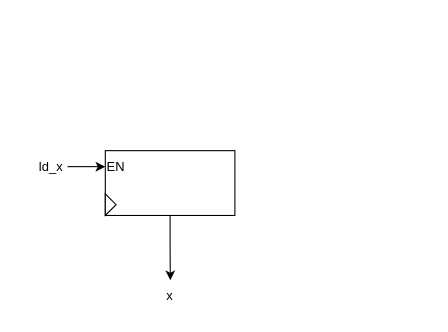
The draw.io diagram DataPath_reg_x.drawio in 0xByteRush/COE302, before the edit. Source tidied: cells renumbered, new cells numbered last; positions are measured from the earlier drawing's top-left corner, leaving out a move shared by most shapes. Both pictures are drawn from the tidied source at 108%, with x=0, y=0 at pixel (18, 150).
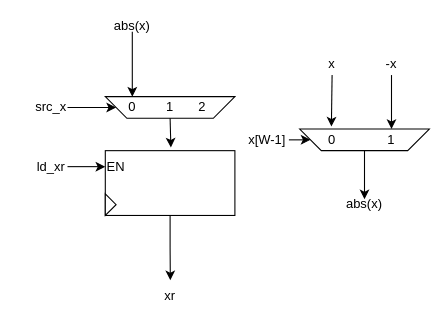
The same page after the edit.

The change refers to these unchanged cells:
```xml
<mxCell id="3" style="rounded=0;whiteSpace=wrap;html=1;" parent="1" vertex="1">
  <mxGeometry x="80" width="120" height="60" as="geometry" />
</mxCell>
```

Change to the diagram source:
```diff
@@
-    <mxCell id="5" value="x" style="text;html=1;whiteSpace=wrap;strokeColor=none;fillColor=none;align=center;verticalAlign=middle;rounded=0;" parent="1" vertex="1">
+    <mxCell id="5" value="xr" style="text;html=1;whiteSpace=wrap;strokeColor=none;fillColor=none;align=center;verticalAlign=middle;rounded=0;" parent="1" vertex="1">
       <mxGeometry x="110" y="120" width="60" height="30" as="geometry" />
     </mxCell>
@@
-    <mxCell id="7" value="ld_x" style="text;html=1;whiteSpace=wrap;strokeColor=none;fillColor=none;align=center;verticalAlign=middle;rounded=0;" parent="1" vertex="1">
+    <mxCell id="7" value="ld_xr" style="text;html=1;whiteSpace=wrap;strokeColor=none;fillColor=none;align=center;verticalAlign=middle;rounded=0;" parent="1" vertex="1">
       <mxGeometry width="60" height="30" as="geometry" />
     </mxCell>
@@
+    <mxCell id="9" style="shape=trapezoid;perimeter=trapezoidPerimeter;whiteSpace=wrap;html=1;fixedSize=1;rotation=-180;" parent="1" vertex="1">
+      <mxGeometry x="80" y="-50" width="120" height="20" as="geometry" />
+    </mxCell>
+    <mxCell id="10" style="rounded=0;jettySize=auto;html=1;exitX=0.5;exitY=0;exitDx=0;exitDy=0;entryX=0.506;entryY=-0.049;entryDx=0;entryDy=0;entryPerimeter=0;" parent="1" edge="1" source="9" target="3">
+      <mxGeometry relative="1" as="geometry" />
+    </mxCell>
+    <mxCell id="11" style="edgeStyle=orthogonalEdgeStyle;rounded=0;jettySize=auto;html=1;exitX=1;exitY=0.5;exitDx=0;exitDy=0;" parent="1" edge="1" source="12" target="9">
+      <mxGeometry relative="1" as="geometry" />
+    </mxCell>
+    <mxCell id="12" value="src_x" style="text;html=1;whiteSpace=wrap;strokeColor=none;fillColor=none;align=center;verticalAlign=middle;rounded=0;" parent="1" vertex="1">
+      <mxGeometry x="15" y="-50" width="30" height="20" as="geometry" />
+    </mxCell>
+    <mxCell id="13" value="0" style="text;html=1;whiteSpace=wrap;strokeColor=none;fillColor=none;align=center;verticalAlign=middle;rounded=0;" parent="1" vertex="1">
+      <mxGeometry x="90" y="-50" width="30" height="20" as="geometry" />
+    </mxCell>
+    <mxCell id="14" value="1" style="text;html=1;whiteSpace=wrap;strokeColor=none;fillColor=none;align=center;verticalAlign=middle;rounded=0;" parent="1" vertex="1">
+      <mxGeometry x="125" y="-50" width="30" height="20" as="geometry" />
+    </mxCell>
+    <mxCell id="15" value="2" style="text;html=1;whiteSpace=wrap;strokeColor=none;fillColor=none;align=center;verticalAlign=middle;rounded=0;" parent="1" vertex="1">
+      <mxGeometry x="155" y="-50" width="30" height="20" as="geometry" />
+    </mxCell>
+    <mxCell id="16" value="abs(x)" style="text;html=1;whiteSpace=wrap;strokeColor=none;fillColor=none;align=center;verticalAlign=middle;rounded=0;" parent="1" vertex="1">
+      <mxGeometry x="305" y="45" width="30" height="10" as="geometry" />
+    </mxCell>
+    <mxCell id="17" style="edgeStyle=orthogonalEdgeStyle;rounded=0;jettySize=auto;html=1;exitX=0.5;exitY=0;exitDx=0;exitDy=0;entryX=0.5;entryY=0;entryDx=0;entryDy=0;" parent="1" edge="1" source="18" target="16">
+      <mxGeometry relative="1" as="geometry" />
+    </mxCell>
+    <mxCell id="18" style="shape=trapezoid;perimeter=trapezoidPerimeter;whiteSpace=wrap;html=1;fixedSize=1;rotation=-180;" parent="1" vertex="1">
+      <mxGeometry x="260" y="-20" width="120" height="20" as="geometry" />
+    </mxCell>
+    <mxCell id="19" value="0" style="text;html=1;whiteSpace=wrap;strokeColor=none;fillColor=none;align=center;verticalAlign=middle;rounded=0;" parent="1" vertex="1">
+      <mxGeometry x="275" y="-20" width="30" height="20" as="geometry" />
+    </mxCell>
+    <mxCell id="20" value="1" style="text;html=1;whiteSpace=wrap;strokeColor=none;fillColor=none;align=center;verticalAlign=middle;rounded=0;" parent="1" vertex="1">
+      <mxGeometry x="330" y="-20" width="30" height="20" as="geometry" />
+    </mxCell>
+    <mxCell id="21" style="edgeStyle=orthogonalEdgeStyle;rounded=0;jettySize=auto;html=1;exitX=1;exitY=0.5;exitDx=0;exitDy=0;entryX=1;entryY=0.5;entryDx=0;entryDy=0;" parent="1" edge="1" source="22" target="18">
+      <mxGeometry relative="1" as="geometry" />
+    </mxCell>
+    <mxCell id="22" value="x[W-1]" style="text;html=1;whiteSpace=wrap;strokeColor=none;fillColor=none;align=center;verticalAlign=middle;rounded=0;" parent="1" vertex="1">
+      <mxGeometry x="210" y="-20" width="40" height="20" as="geometry" />
+    </mxCell>
+    <mxCell id="23" style="edgeStyle=orthogonalEdgeStyle;rounded=0;jettySize=auto;html=1;exitX=0.5;exitY=1;exitDx=0;exitDy=0;entryX=0.5;entryY=0;entryDx=0;entryDy=0;" parent="1" edge="1" source="24" target="20">
+      <mxGeometry relative="1" as="geometry" />
+    </mxCell>
+    <mxCell id="24" value="-x" style="text;html=1;whiteSpace=wrap;strokeColor=none;fillColor=none;align=center;verticalAlign=middle;rounded=0;" parent="1" vertex="1">
+      <mxGeometry x="325" y="-90" width="40" height="20" as="geometry" />
+    </mxCell>
+    <mxCell id="25" value="x" style="text;html=1;whiteSpace=wrap;strokeColor=none;fillColor=none;align=center;verticalAlign=middle;rounded=0;" parent="1" vertex="1">
+      <mxGeometry x="270" y="-90" width="40" height="20" as="geometry" />
+    </mxCell>
+    <mxCell id="26" style="rounded=0;jettySize=auto;html=1;exitX=0.5;exitY=1;exitDx=0;exitDy=0;entryX=0.478;entryY=-0.116;entryDx=0;entryDy=0;entryPerimeter=0;" parent="1" edge="1" source="25" target="19">
+      <mxGeometry relative="1" as="geometry" />
+    </mxCell>
+    <mxCell id="27" style="rounded=0;jettySize=auto;html=1;exitX=0.5;exitY=1;exitDx=0;exitDy=0;entryX=0.5;entryY=0;entryDx=0;entryDy=0;" parent="1" edge="1" source="28" target="13">
+      <mxGeometry relative="1" as="geometry" />
+    </mxCell>
+    <mxCell id="28" value="abs(x)" style="text;html=1;whiteSpace=wrap;strokeColor=none;fillColor=none;align=center;verticalAlign=middle;rounded=0;" parent="1" vertex="1">
+      <mxGeometry x="90" y="-120" width="30" height="10" as="geometry" />
+    </mxCell>
```
